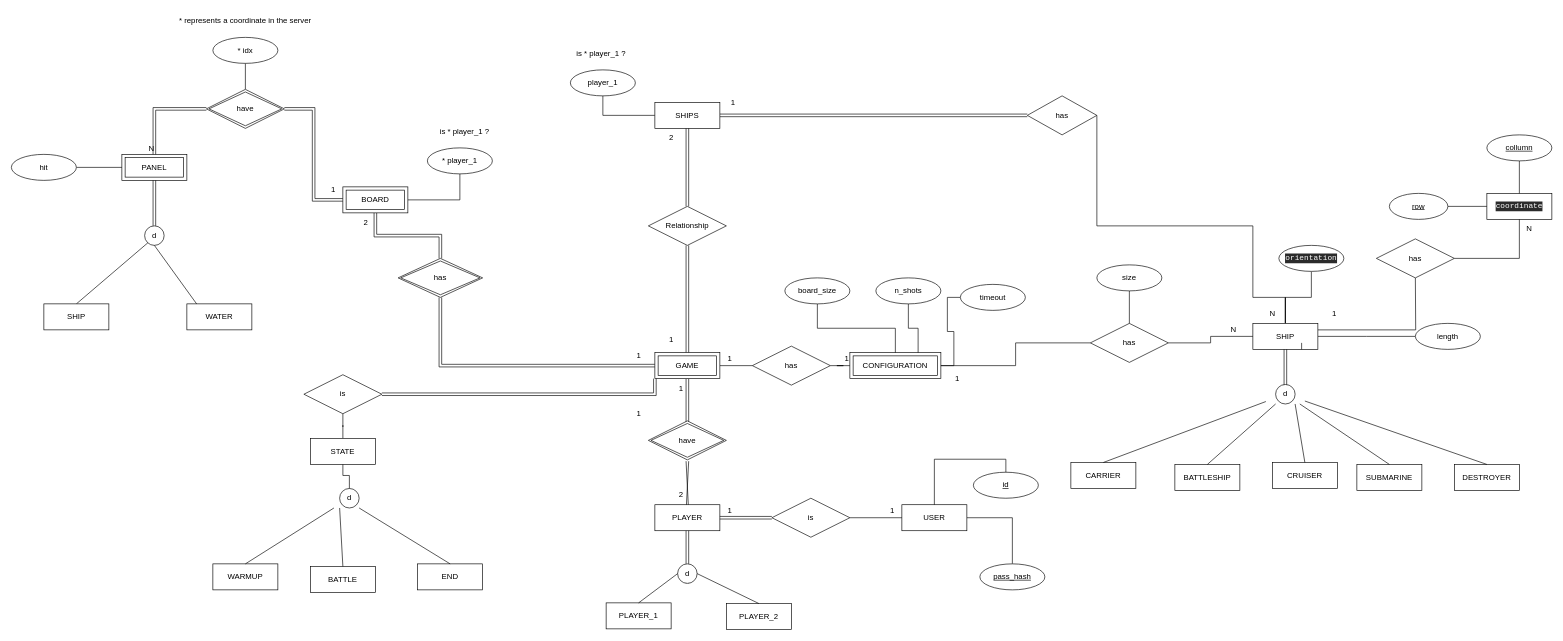
Above: code/daw-battleship-game/src/main/sql/diagram.drawio in MiguelRocha2001/ISEL-DAW-Battleships-Game (draw.io), before the change. Source tidied: cells renumbered, new cells numbered last; positions are measured from the earlier drawing's top-left corner, leaving out a move shared by most shapes. Both pictures are drawn from the tidied source at 65%, with x=0, y=0 at pixel (11, 11).
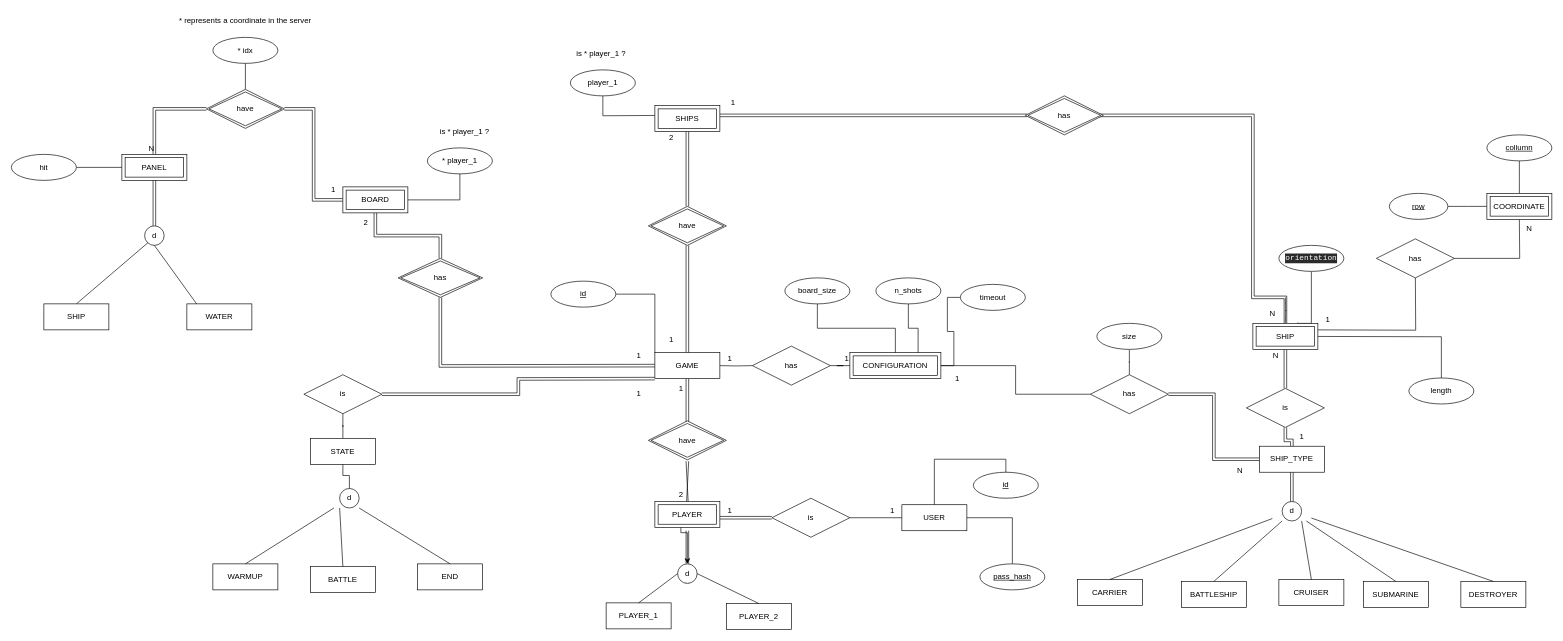
The same page after the edit.

The change refers to these unchanged cells:
```xml
<mxCell id="10" style="ellipse;whiteSpace=wrap;html=1;" parent="1" vertex="1">
  <mxGeometry x="1025" y="850" width="30" height="30" as="geometry" />
</mxCell>
<mxCell id="14" value="d" style="text;html=1;strokeColor=none;fillColor=none;align=center;verticalAlign=middle;whiteSpace=wrap;rounded=0;" parent="1" vertex="1">
  <mxGeometry x="1010" y="850" width="60" height="30" as="geometry" />
</mxCell>
<mxCell id="15" value="2" style="text;html=1;align=center;verticalAlign=middle;points=[];strokeColor=none;fillColor=none;" parent="1" vertex="1">
  <mxGeometry x="1020" y="734" width="20" height="20" as="geometry" />
</mxCell>
<mxCell id="19" value="is" style="shape=rhombus;perimeter=rhombusPerimeter;whiteSpace=wrap;html=1;align=center;" parent="1" vertex="1">
  <mxGeometry x="1170" y="749" width="120" height="60" as="geometry" />
</mxCell>
<mxCell id="86" value="has" style="shape=rhombus;double=1;perimeter=rhombusPerimeter;whiteSpace=wrap;html=1;align=center;" parent="1" vertex="1">
  <mxGeometry x="595" y="380" width="130" height="60" as="geometry" />
</mxCell>
<mxCell id="88" value="&lt;pre style=&quot;background-color: rgb(43 , 43 , 43) ; font-family: &amp;#34;jetbrains mono&amp;#34; , monospace&quot;&gt;&lt;pre style=&quot;font-family: &amp;#34;jetbrains mono&amp;#34; , monospace&quot;&gt;&lt;font color=&quot;#ffffff&quot;&gt;orientation&lt;/font&gt;&lt;/pre&gt;&lt;/pre&gt;" style="ellipse;whiteSpace=wrap;html=1;align=center;" parent="1" vertex="1">
  <mxGeometry x="1950" y="360" width="100" height="40" as="geometry" />
</mxCell>
<mxCell id="91" value="has" style="shape=rhombus;perimeter=rhombusPerimeter;whiteSpace=wrap;html=1;align=center;" parent="1" vertex="1">
  <mxGeometry x="2100" y="350" width="120" height="60" as="geometry" />
</mxCell>
<mxCell id="93" value="&lt;u&gt;collumn&lt;/u&gt;" style="ellipse;whiteSpace=wrap;html=1;align=center;" parent="1" vertex="1">
  <mxGeometry x="2270" y="190" width="100" height="40" as="geometry" />
</mxCell>
<mxCell id="95" value="&lt;u&gt;row&lt;/u&gt;" style="ellipse;whiteSpace=wrap;html=1;align=center;" parent="1" vertex="1">
  <mxGeometry x="2120" y="280" width="90" height="40" as="geometry" />
</mxCell>
<mxCell id="100" value="has" style="shape=rhombus;perimeter=rhombusPerimeter;whiteSpace=wrap;html=1;align=center;" parent="1" vertex="1">
  <mxGeometry x="1140" y="515" width="120" height="60" as="geometry" />
</mxCell>
<mxCell id="117" value="is" style="shape=rhombus;perimeter=rhombusPerimeter;whiteSpace=wrap;html=1;align=center;" parent="1" vertex="1">
  <mxGeometry x="450" y="559" width="120" height="60" as="geometry" />
</mxCell>
<mxCell id="128" value="player_1" style="ellipse;whiteSpace=wrap;html=1;align=center;" parent="1" vertex="1">
  <mxGeometry x="860" y="90" width="100" height="40" as="geometry" />
</mxCell>
```

The edit, as a diff of the source:
```diff
@@
-    <mxCell id="5" value="PLAYER" style="whiteSpace=wrap;html=1;align=center;" parent="1" vertex="1">
-      <mxGeometry x="990" y="759" width="100" height="40" as="geometry" />
-    </mxCell>
@@
-    <mxCell id="11" style="shape=link;html=1;rounded=0;exitX=0.5;exitY=1;exitDx=0;exitDy=0;endArrow=none;" parent="1" edge="1" source="5" target="10">
-      <mxGeometry relative="1" as="geometry" />
+    <mxCell id="11" style="shape=link;html=1;rounded=0;exitX=0.5;exitY=1;exitDx=0;exitDy=0;endArrow=none;" parent="1" edge="1" target="10">
+      <mxGeometry relative="1" as="geometry">
+        <mxPoint x="1040" y="799" as="sourcePoint" />
+      </mxGeometry>
     </mxCell>
@@
+    <mxCell id="132" style="edgeStyle=orthogonalEdgeStyle;rounded=0;jettySize=auto;html=1;" parent="1" edge="1" source="15" target="14">
+      <mxGeometry relative="1" as="geometry" />
+    </mxCell>
@@
-    <mxCell id="20" style="endArrow=none;html=1;rounded=0;verticalAlign=middle;exitX=1;exitY=0.5;exitDx=0;exitDy=0;entryX=0;entryY=0.5;entryDx=0;entryDy=0;shape=link;" parent="1" edge="1" source="5" target="19">
-      <mxGeometry relative="1" as="geometry" />
+    <mxCell id="20" style="endArrow=none;html=1;rounded=0;verticalAlign=middle;exitX=1;exitY=0.5;exitDx=0;exitDy=0;entryX=0;entryY=0.5;entryDx=0;entryDy=0;shape=link;" parent="1" edge="1" target="19">
+      <mxGeometry relative="1" as="geometry">
+        <mxPoint x="1090" y="779" as="sourcePoint" />
+      </mxGeometry>
     </mxCell>
@@
-    <mxCell id="25" style="edgeStyle=orthogonalEdgeStyle;rounded=0;jettySize=auto;html=1;fontColor=#FFFFFF;endArrow=none;endFill=0;" parent="1" edge="1" source="28" target="100">
-      <mxGeometry relative="1" as="geometry" />
+    <mxCell id="25" style="edgeStyle=orthogonalEdgeStyle;rounded=0;jettySize=auto;html=1;fontColor=#FFFFFF;endArrow=none;endFill=0;" parent="1" edge="1" target="100">
+      <mxGeometry relative="1" as="geometry">
+        <mxPoint x="1090" y="545" as="sourcePoint" />
+      </mxGeometry>
     </mxCell>
-    <mxCell id="26" style="edgeStyle=orthogonalEdgeStyle;rounded=0;jettySize=auto;html=1;endArrow=none;endFill=0;shape=link;" parent="1" edge="1" source="28" target="86">
-      <mxGeometry relative="1" as="geometry" />
+    <mxCell id="26" style="edgeStyle=orthogonalEdgeStyle;rounded=0;jettySize=auto;html=1;endArrow=none;endFill=0;shape=link;" parent="1" edge="1" target="86">
+      <mxGeometry relative="1" as="geometry">
+        <mxPoint x="990" y="545" as="sourcePoint" />
+      </mxGeometry>
     </mxCell>
-    <mxCell id="27" style="edgeStyle=orthogonalEdgeStyle;shape=link;rounded=0;jettySize=auto;html=1;endArrow=none;endFill=0;" parent="1" edge="1" source="28" target="109">
-      <mxGeometry relative="1" as="geometry" />
+    <mxCell id="27" style="edgeStyle=orthogonalEdgeStyle;shape=link;rounded=0;orthogonalLoop=1;jettySize=auto;html=1;endArrow=none;endFill=0;" parent="1" edge="1">
+      <mxGeometry relative="1" as="geometry">
+        <mxPoint x="1040" y="525" as="sourcePoint" />
+        <mxPoint x="1040" y="360" as="targetPoint" />
+      </mxGeometry>
     </mxCell>
-    <mxCell id="28" value="GAME" style="shape=ext;margin=3;double=1;whiteSpace=wrap;html=1;align=center;" parent="1" vertex="1">
-      <mxGeometry x="990" y="525" width="100" height="40" as="geometry" />
-    </mxCell>
@@
-    <mxCell id="38" style="edgeStyle=orthogonalEdgeStyle;rounded=0;jettySize=auto;html=1;entryX=0.5;entryY=1;entryDx=0;entryDy=0;endArrow=none;endFill=0;" parent="1" edge="1" source="43" target="88">
-      <mxGeometry relative="1" as="geometry" />
+    <mxCell id="38" style="edgeStyle=orthogonalEdgeStyle;rounded=0;jettySize=auto;html=1;entryX=0.5;entryY=1;entryDx=0;entryDy=0;endArrow=none;endFill=0;exitX=0.688;exitY=-0.03;exitDx=0;exitDy=0;exitPerimeter=0;" parent="1" edge="1" source="43" target="88">
+      <mxGeometry relative="1" as="geometry">
+        <Array as="points">
+          <mxPoint x="1979" y="480" />
+          <mxPoint x="2000" y="480" />
+        </Array>
+      </mxGeometry>
     </mxCell>
-    <mxCell id="39" style="edgeStyle=orthogonalEdgeStyle;rounded=0;jettySize=auto;html=1;exitX=1;exitY=0.25;exitDx=0;exitDy=0;entryX=0;entryY=0.5;entryDx=0;entryDy=0;endArrow=none;endFill=0;" parent="1" edge="1" source="43">
+    <mxCell id="39" style="edgeStyle=orthogonalEdgeStyle;rounded=0;orthogonalLoop=1;jettySize=auto;html=1;exitX=1;exitY=0.25;exitDx=0;exitDy=0;entryX=0;entryY=0.5;entryDx=0;entryDy=0;endArrow=none;endFill=0;" parent="1" edge="1">
       <mxGeometry relative="1" as="geometry">
+        <mxPoint x="2010" y="490" as="sourcePoint" />
         <mxPoint x="2160" y="410" as="targetPoint" />
       </mxGeometry>
     </mxCell>
-    <mxCell id="40" style="edgeStyle=orthogonalEdgeStyle;rounded=0;jettySize=auto;html=1;endArrow=none;endFill=0;" parent="1" edge="1" source="43">
-      <mxGeometry relative="1" as="geometry">
-        <mxPoint x="2160" y="500" as="targetPoint" />
-      </mxGeometry>
-    </mxCell>
-    <mxCell id="41" style="edgeStyle=orthogonalEdgeStyle;rounded=0;jettySize=auto;html=1;exitX=0.5;exitY=0;exitDx=0;exitDy=0;fontColor=#FFFFFF;endArrow=none;endFill=0;" parent="1" edge="1" source="43">
+    <mxCell id="41" style="edgeStyle=orthogonalEdgeStyle;rounded=0;orthogonalLoop=1;jettySize=auto;html=1;exitX=0.5;exitY=0;exitDx=0;exitDy=0;fontColor=#FFFFFF;endArrow=none;endFill=0;" parent="1" edge="1">
       <mxGeometry relative="1" as="geometry">
+        <mxPoint x="1960" y="480" as="sourcePoint" />
         <mxPoint x="1960" y="440" as="targetPoint" />
       </mxGeometry>
     </mxCell>
-    <mxCell id="42" style="edgeStyle=orthogonalEdgeStyle;rounded=0;jettySize=auto;html=1;fontColor=#FFFFFF;endArrow=none;endFill=0;entryX=1;entryY=0.5;entryDx=0;entryDy=0;" parent="1" edge="1" source="43" target="98">
+    <mxCell id="42" style="edgeStyle=orthogonalEdgeStyle;rounded=0;orthogonalLoop=1;jettySize=auto;html=1;fontColor=#FFFFFF;endArrow=none;endFill=0;entryX=1;entryY=0.5;entryDx=0;entryDy=0;shape=link;" parent="1" edge="1">
       <mxGeometry relative="1" as="geometry">
+        <mxPoint x="1960.1" y="480" as="sourcePoint" />
+        <mxPoint x="1670" y="160" as="targetPoint" />
         <Array as="points">
           <mxPoint x="1960" y="440" />
           <mxPoint x="1910" y="440" />
-          <mxPoint x="1910" y="330" />
+          <mxPoint x="1910" y="160" />
         </Array>
       </mxGeometry>
     </mxCell>
-    <mxCell id="43" value="SHIP" style="whiteSpace=wrap;html=1;align=center;" parent="1" vertex="1">
-      <mxGeometry x="1910" y="480" width="100" height="40" as="geometry" />
-    </mxCell>
+    <mxCell id="133" style="edgeStyle=orthogonalEdgeStyle;rounded=0;jettySize=auto;html=1;endArrow=none;endFill=0;" parent="1" edge="1" target="87">
+      <mxGeometry relative="1" as="geometry">
+        <mxPoint x="2010" y="500.1" as="sourcePoint" />
+      </mxGeometry>
+    </mxCell>
-    <mxCell id="44" style="shape=link;html=1;rounded=0;exitX=0.5;exitY=1;exitDx=0;exitDy=0;endArrow=none;" parent="1" edge="1" source="43">
+    <mxCell id="44" style="shape=link;html=1;rounded=0;exitX=0.5;exitY=1;exitDx=0;exitDy=0;endArrow=none;" parent="1" edge="1">
       <mxGeometry relative="1" as="geometry">
+        <mxPoint x="1960" y="520" as="sourcePoint" />
         <mxPoint x="1960" y="580" as="targetPoint" />
       </mxGeometry>
     </mxCell>
     <mxCell id="45" value="CARRIER" style="whiteSpace=wrap;html=1;align=center;" parent="1" vertex="1">
-      <mxGeometry x="1630" y="694" width="100" height="40" as="geometry" />
+      <mxGeometry x="1640" y="874" width="100" height="40" as="geometry" />
     </mxCell>
     <mxCell id="46" style="ellipse;whiteSpace=wrap;html=1;" parent="1" vertex="1">
-      <mxGeometry x="1945" y="574" width="30" height="30" as="geometry" />
+      <mxGeometry x="1955" y="754" width="30" height="30" as="geometry" />
     </mxCell>
     <mxCell id="47" value="d" style="text;html=1;strokeColor=none;fillColor=none;align=center;verticalAlign=middle;whiteSpace=wrap;rounded=0;" parent="1" vertex="1">
-      <mxGeometry x="1930" y="574" width="60" height="30" as="geometry" />
+      <mxGeometry x="1940" y="754" width="60" height="30" as="geometry" />
     </mxCell>
@@
     <mxCell id="49" value="BATTLESHIP" style="whiteSpace=wrap;html=1;align=center;" parent="1" vertex="1">
-      <mxGeometry x="1790" y="697" width="100" height="40" as="geometry" />
+      <mxGeometry x="1800" y="877" width="100" height="40" as="geometry" />
     </mxCell>
     <mxCell id="50" value="CRUISER" style="whiteSpace=wrap;html=1;align=center;" parent="1" vertex="1">
-      <mxGeometry x="1940" y="694" width="100" height="40" as="geometry" />
+      <mxGeometry x="1950" y="874" width="100" height="40" as="geometry" />
     </mxCell>
@@
     <mxCell id="53" value="DESTROYER" style="whiteSpace=wrap;html=1;align=center;" parent="1" vertex="1">
-      <mxGeometry x="2220" y="697" width="100" height="40" as="geometry" />
+      <mxGeometry x="2230" y="877" width="100" height="40" as="geometry" />
     </mxCell>
     <mxCell id="54" value="SUBMARINE" style="whiteSpace=wrap;html=1;align=center;" parent="1" vertex="1">
-      <mxGeometry x="2070" y="697" width="100" height="40" as="geometry" />
+      <mxGeometry x="2080" y="877" width="100" height="40" as="geometry" />
     </mxCell>
@@
-    <mxCell id="58" style="edgeStyle=orthogonalEdgeStyle;rounded=0;jettySize=auto;html=1;endArrow=none;endFill=0;" parent="1" edge="1" source="59" target="43">
-      <mxGeometry relative="1" as="geometry" />
-    </mxCell>
+    <mxCell id="134" style="edgeStyle=orthogonalEdgeStyle;shape=link;rounded=0;jettySize=auto;html=1;entryX=0;entryY=0.5;entryDx=0;entryDy=0;endArrow=none;endFill=0;" parent="1" edge="1" source="59" target="138">
+      <mxGeometry relative="1" as="geometry" />
+    </mxCell>
     <mxCell id="59" value="has" style="shape=rhombus;perimeter=rhombusPerimeter;whiteSpace=wrap;html=1;align=center;" parent="1" vertex="1">
-      <mxGeometry x="1660" y="480" width="120" height="60" as="geometry" />
+      <mxGeometry x="1660" y="559" width="120" height="60" as="geometry" />
     </mxCell>
@@
     <mxCell id="61" value="N" style="text;html=1;align=center;verticalAlign=middle;strokeColor=none;fillColor=none;" parent="1" vertex="1">
-      <mxGeometry x="1870" y="480" width="20" height="20" as="geometry" />
+      <mxGeometry x="1880" y="697" width="20" height="20" as="geometry" />
     </mxCell>
@@
     <mxCell id="63" value="size" style="ellipse;whiteSpace=wrap;html=1;align=center;" parent="1" vertex="1">
-      <mxGeometry x="1670" y="390" width="100" height="40" as="geometry" />
+      <mxGeometry x="1670" y="480" width="100" height="40" as="geometry" />
     </mxCell>
@@
     <mxCell id="87" value="length" style="ellipse;whiteSpace=wrap;html=1;align=center;" parent="1" vertex="1">
-      <mxGeometry x="2160" y="480" width="100" height="40" as="geometry" />
+      <mxGeometry x="2150" y="564" width="100" height="40" as="geometry" />
     </mxCell>
@@
-    <mxCell id="89" value="&lt;pre style=&quot;background-color: rgb(43 , 43 , 43) ; font-family: &amp;#34;jetbrains mono&amp;#34; , monospace&quot;&gt;&lt;font color=&quot;#ffffff&quot;&gt;coordinate&lt;/font&gt;&lt;/pre&gt;" style="whiteSpace=wrap;html=1;align=center;" parent="1" vertex="1">
-      <mxGeometry x="2270" y="280" width="100" height="40" as="geometry" />
-    </mxCell>
-    <mxCell id="90" style="edgeStyle=orthogonalEdgeStyle;rounded=0;jettySize=auto;html=1;fontColor=#FEF7FF;endArrow=none;endFill=0;entryX=0.5;entryY=1;entryDx=0;entryDy=0;" parent="1" edge="1" source="91" target="89">
-      <mxGeometry relative="1" as="geometry" />
+    <mxCell id="90" style="edgeStyle=orthogonalEdgeStyle;rounded=0;jettySize=auto;html=1;fontColor=#FEF7FF;endArrow=none;endFill=0;entryX=0.5;entryY=1;entryDx=0;entryDy=0;" parent="1" edge="1" source="91">
+      <mxGeometry relative="1" as="geometry">
+        <mxPoint x="2320" y="320" as="targetPoint" />
+      </mxGeometry>
     </mxCell>
@@
-    <mxCell id="92" style="edgeStyle=orthogonalEdgeStyle;rounded=0;jettySize=auto;html=1;fontColor=#FFFFFF;endArrow=none;endFill=0;" parent="1" edge="1" source="93" target="89">
-      <mxGeometry relative="1" as="geometry" />
+    <mxCell id="92" style="edgeStyle=orthogonalEdgeStyle;rounded=0;jettySize=auto;html=1;fontColor=#FFFFFF;endArrow=none;endFill=0;" parent="1" edge="1" source="93">
+      <mxGeometry relative="1" as="geometry">
+        <mxPoint x="2320" y="280" as="targetPoint" />
+      </mxGeometry>
     </mxCell>
@@
-    <mxCell id="94" style="edgeStyle=orthogonalEdgeStyle;rounded=0;jettySize=auto;html=1;entryX=0;entryY=0.5;entryDx=0;entryDy=0;fontColor=#FFFFFF;endArrow=none;endFill=0;" parent="1" edge="1" source="95" target="89">
-      <mxGeometry relative="1" as="geometry" />
+    <mxCell id="94" style="edgeStyle=orthogonalEdgeStyle;rounded=0;jettySize=auto;html=1;entryX=0;entryY=0.5;entryDx=0;entryDy=0;fontColor=#FFFFFF;endArrow=none;endFill=0;" parent="1" edge="1" source="95">
+      <mxGeometry relative="1" as="geometry">
+        <mxPoint x="2270" y="300" as="targetPoint" />
+      </mxGeometry>
     </mxCell>
@@
     <mxCell id="96" value="1" style="text;html=1;align=center;verticalAlign=middle;strokeColor=none;fillColor=none;" parent="1" vertex="1">
-      <mxGeometry x="2020" y="450" width="30" height="30" as="geometry" />
+      <mxGeometry x="2010" y="460" width="30" height="30" as="geometry" />
     </mxCell>
@@
-    <mxCell id="98" value="has" style="shape=rhombus;perimeter=rhombusPerimeter;whiteSpace=wrap;html=1;align=center;" parent="1" vertex="1">
-      <mxGeometry x="1563" y="130" width="107" height="60" as="geometry" />
-    </mxCell>
@@
-    <mxCell id="103" style="edgeStyle=orthogonalEdgeStyle;rounded=0;orthogonalLoop=1;jettySize=auto;html=1;exitX=0.75;exitY=1;exitDx=0;exitDy=0;entryX=0.75;entryY=0.75;entryDx=0;entryDy=0;entryPerimeter=0;fontColor=#FFFFFF;endArrow=none;endFill=0;" parent="1" edge="1" source="43" target="43">
-      <mxGeometry relative="1" as="geometry" />
-    </mxCell>
@@
-    <mxCell id="105" style="edgeStyle=orthogonalEdgeStyle;shape=link;rounded=0;jettySize=auto;html=1;endArrow=none;endFill=0;" parent="1" edge="1" source="107" target="98">
-      <mxGeometry relative="1" as="geometry" />
+    <mxCell id="105" style="edgeStyle=orthogonalEdgeStyle;shape=link;rounded=0;orthogonalLoop=1;jettySize=auto;html=1;endArrow=none;endFill=0;" parent="1" edge="1">
+      <mxGeometry relative="1" as="geometry">
+        <mxPoint x="1090" y="160" as="sourcePoint" />
+        <mxPoint x="1563" y="160" as="targetPoint" />
+      </mxGeometry>
     </mxCell>
-    <mxCell id="106" style="edgeStyle=orthogonalEdgeStyle;rounded=0;jettySize=auto;html=1;endArrow=none;endFill=0;" parent="1" edge="1" source="107" target="128">
-      <mxGeometry relative="1" as="geometry" />
+    <mxCell id="106" style="edgeStyle=orthogonalEdgeStyle;rounded=0;jettySize=auto;html=1;endArrow=none;endFill=0;" parent="1" edge="1" target="128">
+      <mxGeometry relative="1" as="geometry">
+        <mxPoint x="990" y="160.1" as="sourcePoint" />
+      </mxGeometry>
     </mxCell>
-    <mxCell id="107" value="SHIPS" style="whiteSpace=wrap;html=1;align=center;" parent="1" vertex="1">
-      <mxGeometry x="990" y="140" width="100" height="40" as="geometry" />
-    </mxCell>
-    <mxCell id="108" style="edgeStyle=orthogonalEdgeStyle;shape=link;rounded=0;jettySize=auto;html=1;endArrow=none;endFill=0;" parent="1" edge="1" source="109" target="107">
-      <mxGeometry relative="1" as="geometry" />
+    <mxCell id="108" style="edgeStyle=orthogonalEdgeStyle;shape=link;rounded=0;orthogonalLoop=1;jettySize=auto;html=1;endArrow=none;endFill=0;" parent="1" edge="1">
+      <mxGeometry relative="1" as="geometry">
+        <mxPoint x="1040" y="300" as="sourcePoint" />
+        <mxPoint x="1040" y="180" as="targetPoint" />
+      </mxGeometry>
     </mxCell>
-    <mxCell id="109" value="Relationship" style="shape=rhombus;perimeter=rhombusPerimeter;whiteSpace=wrap;html=1;align=center;" parent="1" vertex="1">
-      <mxGeometry x="980" y="300" width="120" height="60" as="geometry" />
-    </mxCell>
@@
-    <mxCell id="116" style="edgeStyle=orthogonalEdgeStyle;shape=link;rounded=0;jettySize=auto;html=1;entryX=0;entryY=1;entryDx=0;entryDy=0;endArrow=none;endFill=0;" parent="1" edge="1" source="117" target="28">
-      <mxGeometry relative="1" as="geometry" />
+    <mxCell id="116" style="edgeStyle=orthogonalEdgeStyle;shape=link;rounded=0;jettySize=auto;html=1;entryX=0;entryY=1;entryDx=0;entryDy=0;endArrow=none;endFill=0;" parent="1" edge="1" source="117">
+      <mxGeometry relative="1" as="geometry">
+        <mxPoint x="990" y="565" as="targetPoint" />
+      </mxGeometry>
     </mxCell>
@@
     <mxCell id="131" value="1" style="text;html=1;align=center;verticalAlign=middle;strokeColor=none;fillColor=none;" parent="1" vertex="1">
-      <mxGeometry x="950" y="604" width="30" height="30" as="geometry" />
+      <mxGeometry x="950" y="574" width="30" height="30" as="geometry" />
     </mxCell>
+    <mxCell id="5" value="PLAYER" style="shape=ext;margin=3;double=1;whiteSpace=wrap;html=1;align=center;" parent="1" vertex="1">
+      <mxGeometry x="990" y="754" width="100" height="40" as="geometry" />
+    </mxCell>
+    <mxCell id="107" value="SHIPS" style="shape=ext;margin=3;double=1;whiteSpace=wrap;html=1;align=center;" parent="1" vertex="1">
+      <mxGeometry x="990" y="145" width="100" height="40" as="geometry" />
+    </mxCell>
+    <mxCell id="135" value="have" style="shape=rhombus;double=1;perimeter=rhombusPerimeter;whiteSpace=wrap;html=1;align=center;" parent="1" vertex="1">
+      <mxGeometry x="980" y="300" width="120" height="60" as="geometry" />
+    </mxCell>
+    <mxCell id="136" value="COORDINATE" style="shape=ext;margin=3;double=1;whiteSpace=wrap;html=1;align=center;" parent="1" vertex="1">
+      <mxGeometry x="2270" y="280" width="100" height="40" as="geometry" />
+    </mxCell>
+    <mxCell id="43" value="SHIP" style="shape=ext;margin=3;double=1;whiteSpace=wrap;html=1;align=center;" parent="1" vertex="1">
+      <mxGeometry x="1910" y="480" width="100" height="40" as="geometry" />
+    </mxCell>
+    <mxCell id="98" value="has" style="shape=rhombus;double=1;perimeter=rhombusPerimeter;whiteSpace=wrap;html=1;align=center;" parent="1" vertex="1">
+      <mxGeometry x="1560" y="130" width="120" height="60" as="geometry" />
+    </mxCell>
+    <mxCell id="137" style="edgeStyle=orthogonalEdgeStyle;rounded=0;jettySize=auto;html=1;endArrow=none;endFill=0;shape=link;" parent="1" edge="1" source="138" target="47">
+      <mxGeometry relative="1" as="geometry" />
+    </mxCell>
+    <mxCell id="138" value="SHIP_TYPE" style="whiteSpace=wrap;html=1;align=center;" parent="1" vertex="1">
+      <mxGeometry x="1920" y="669" width="100" height="40" as="geometry" />
+    </mxCell>
+    <mxCell id="139" style="edgeStyle=orthogonalEdgeStyle;shape=link;rounded=0;jettySize=auto;html=1;endArrow=none;endFill=0;" parent="1" edge="1" source="140" target="138">
+      <mxGeometry relative="1" as="geometry" />
+    </mxCell>
+    <mxCell id="140" value="is" style="shape=rhombus;perimeter=rhombusPerimeter;whiteSpace=wrap;html=1;align=center;" parent="1" vertex="1">
+      <mxGeometry x="1900" y="580" width="120" height="60" as="geometry" />
+    </mxCell>
+    <mxCell id="141" value="1" style="text;html=1;align=center;verticalAlign=middle;strokeColor=none;fillColor=none;" parent="1" vertex="1">
+      <mxGeometry x="1970" y="640" width="30" height="30" as="geometry" />
+    </mxCell>
+    <mxCell id="142" value="N" style="text;html=1;align=center;verticalAlign=middle;strokeColor=none;fillColor=none;" parent="1" vertex="1">
+      <mxGeometry x="1935" y="520" width="20" height="20" as="geometry" />
+    </mxCell>
+    <mxCell id="28" value="GAME" style="whiteSpace=wrap;html=1;align=center;" parent="1" vertex="1">
+      <mxGeometry x="990" y="525" width="100" height="40" as="geometry" />
+    </mxCell>
+    <mxCell id="143" style="edgeStyle=orthogonalEdgeStyle;rounded=0;jettySize=auto;html=1;entryX=0;entryY=0;entryDx=0;entryDy=0;endArrow=none;endFill=0;" parent="1" edge="1" source="144" target="28">
+      <mxGeometry relative="1" as="geometry" />
+    </mxCell>
+    <mxCell id="144" value="id" style="ellipse;whiteSpace=wrap;html=1;align=center;fontStyle=4;" parent="1" vertex="1">
+      <mxGeometry x="830" y="415" width="100" height="40" as="geometry" />
+    </mxCell>
```
